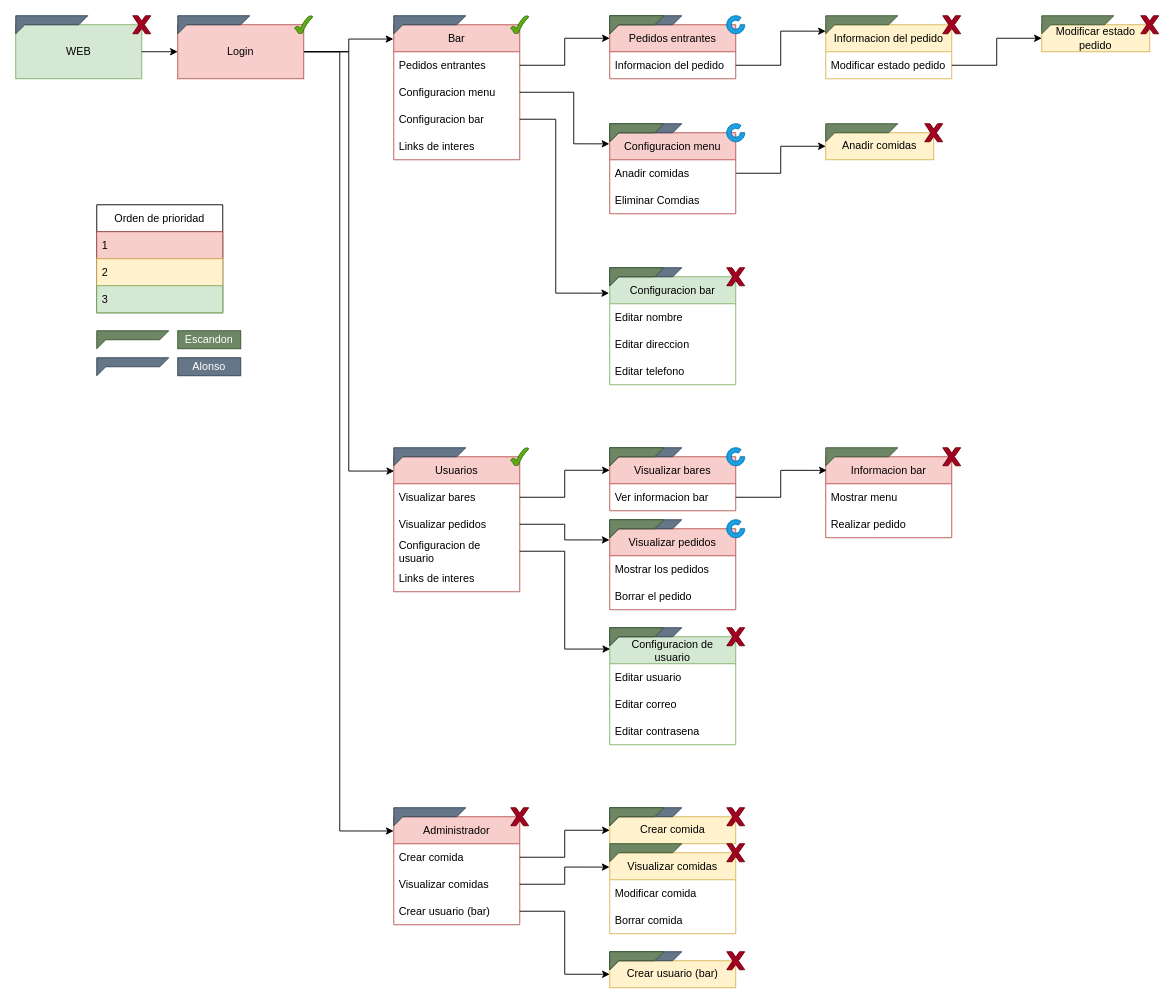
Earlier version of the draw.io diagram page "WEB - Distribucion.V2" (7 of 7) of documentacion/Diagrama/Estructura del TFG.drawio (AlexBlu22/trabajo-tfg). Source tidied: cells renumbered, new cells numbered last; positions are measured from the earlier drawing's top-left corner, leaving out a move shared by most shapes. Both pictures are drawn from the tidied source at 90%, with x=0, y=0 at pixel (15, 15).
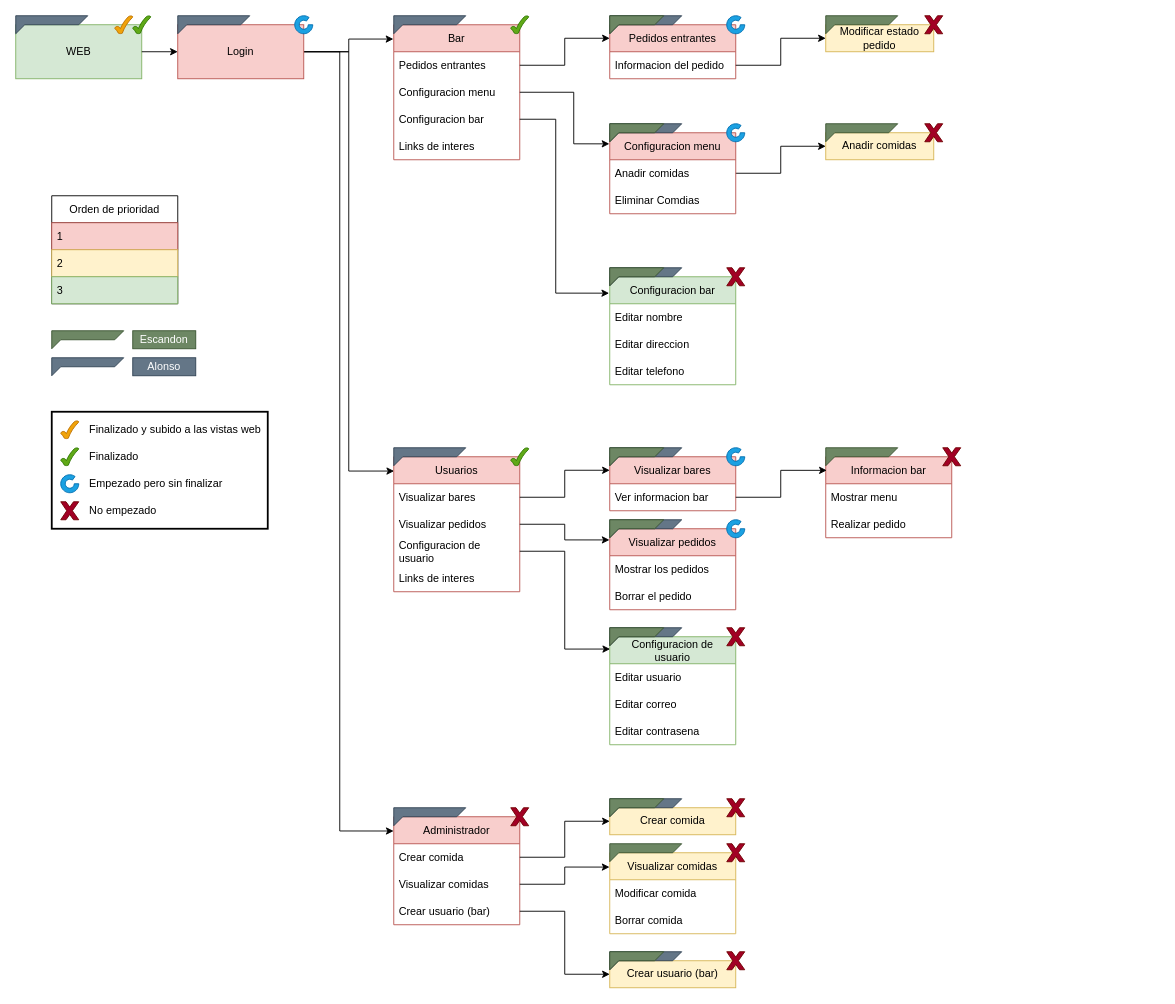
The same diagram, later.

Unchanged cells that the change refers to:
```xml
<mxCell id="25" value="Informacion del pedido" style="text;strokeColor=none;fillColor=none;align=left;verticalAlign=middle;spacingLeft=4;spacingRight=4;overflow=hidden;points=[[0,0.5],[1,0.5]];portConstraint=eastwest;" parent="24" vertex="1">
  <mxGeometry y="30" width="140" height="30" as="geometry" />
</mxCell>
```

The edit, as a diff of the source:
```diff
@@
-    <mxCell id="26" value="Informacion del pedido" style="swimlane;fontStyle=0;horizontal=1;startSize=30;fillColor=#fff2cc;strokeColor=#d6b656;" parent="1" vertex="1">
-      <mxGeometry x="900" y="10" width="140" height="60" as="geometry" />
-    </mxCell>
-    <mxCell id="27" value="Modificar estado pedido" style="text;strokeColor=none;fillColor=none;align=left;verticalAlign=middle;spacingLeft=4;spacingRight=4;overflow=hidden;points=[[0,0.5],[1,0.5]];portConstraint=eastwest;" parent="26" vertex="1">
-      <mxGeometry y="30" width="140" height="30" as="geometry" />
-    </mxCell>
@@
-    <mxCell id="29" style="edgeStyle=orthogonalEdgeStyle;rounded=0;jettySize=auto;html=1;exitX=1;exitY=0.5;exitDx=0;exitDy=0;entryX=0;entryY=0.119;entryDx=0;entryDy=0;entryPerimeter=0;" parent="1" edge="1" source="25" target="26">
+    <mxCell id="29" style="edgeStyle=orthogonalEdgeStyle;rounded=0;jettySize=auto;html=1;exitX=1;exitY=0.5;exitDx=0;exitDy=0;entryX=0;entryY=0.5;entryDx=0;entryDy=0;" parent="1" edge="1" source="25" target="65">
       <mxGeometry relative="1" as="geometry" />
     </mxCell>
@@
     <mxCell id="56" value="Orden de prioridad" style="swimlane;fontStyle=0;horizontal=1;startSize=30;" parent="1" vertex="1">
-      <mxGeometry x="90" y="210" width="140" height="120" as="geometry" />
+      <mxGeometry x="40" y="200" width="140" height="120" as="geometry" />
     </mxCell>
@@
-    <mxCell id="62" style="verticalLabelPosition=bottom;verticalAlign=top;html=1;shape=mxgraph.basic.tick;fillColor=#60a917;strokeColor=#2D7600;fontColor=#ffffff;" parent="1" vertex="1">
-      <mxGeometry x="310" width="20" height="20" as="geometry" />
-    </mxCell>
@@
     <mxCell id="65" value="&lt;span style=&quot;text-align: left&quot;&gt;Modificar estado pedido&lt;/span&gt;" style="rounded=0;whiteSpace=wrap;html=1;fillColor=#fff2cc;strokeColor=#d6b656;" parent="1" vertex="1">
-      <mxGeometry x="1140" y="10" width="120" height="30" as="geometry" />
+      <mxGeometry x="900" y="10" width="120" height="30" as="geometry" />
     </mxCell>
-    <mxCell id="66" style="edgeStyle=orthogonalEdgeStyle;rounded=0;jettySize=auto;html=1;exitX=1;exitY=0.5;exitDx=0;exitDy=0;entryX=0;entryY=0.5;entryDx=0;entryDy=0;" parent="1" edge="1" source="27" target="65">
-      <mxGeometry relative="1" as="geometry" />
-    </mxCell>
@@
     <mxCell id="68" value="&lt;span style=&quot;text-align: left&quot;&gt;Crear comida&lt;/span&gt;" style="rounded=0;whiteSpace=wrap;html=1;fillColor=#fff2cc;strokeColor=#d6b656;" parent="1" vertex="1">
-      <mxGeometry x="660" y="890" width="140" height="30" as="geometry" />
+      <mxGeometry x="660" y="880" width="140" height="30" as="geometry" />
     </mxCell>
@@
-    <mxCell id="76" style="verticalLabelPosition=bottom;verticalAlign=top;html=1;shape=mxgraph.basic.x;fillColor=#a20025;strokeColor=#6F0000;fontColor=#ffffff;" parent="1" vertex="1">
-      <mxGeometry x="1030" width="20" height="20" as="geometry" />
-    </mxCell>
     <mxCell id="77" style="verticalLabelPosition=bottom;verticalAlign=top;html=1;shape=mxgraph.basic.x;fillColor=#a20025;strokeColor=#6F0000;fontColor=#ffffff;" parent="1" vertex="1">
-      <mxGeometry x="1250" width="20" height="20" as="geometry" />
+      <mxGeometry x="1010" width="20" height="20" as="geometry" />
     </mxCell>
-    <mxCell id="78" style="verticalLabelPosition=bottom;verticalAlign=top;html=1;shape=mxgraph.basic.x;fillColor=#a20025;strokeColor=#6F0000;fontColor=#ffffff;" parent="1" vertex="1">
-      <mxGeometry x="130" width="20" height="20" as="geometry" />
-    </mxCell>
@@
     <mxCell id="84" style="verticalLabelPosition=bottom;verticalAlign=top;html=1;shape=mxgraph.basic.x;fillColor=#a20025;strokeColor=#6F0000;fontColor=#ffffff;" parent="1" vertex="1">
-      <mxGeometry x="790" y="880" width="20" height="20" as="geometry" />
+      <mxGeometry x="790" y="870" width="20" height="20" as="geometry" />
     </mxCell>
@@
     <mxCell id="99" style="verticalLabelPosition=bottom;verticalAlign=top;html=1;shape=mxgraph.basic.frame_corner;dx=10;fillColor=#647687;fontColor=#ffffff;strokeColor=#314354;" parent="1" vertex="1">
-      <mxGeometry x="660" y="880" width="80" height="20" as="geometry" />
+      <mxGeometry x="660" y="870" width="80" height="20" as="geometry" />
     </mxCell>
     <mxCell id="100" style="verticalLabelPosition=bottom;verticalAlign=top;html=1;shape=mxgraph.basic.frame_corner;dx=10;fillColor=#647687;fontColor=#ffffff;strokeColor=#314354;" parent="1" vertex="1">
-      <mxGeometry x="90" y="380" width="80" height="20" as="geometry" />
+      <mxGeometry x="40" y="380" width="80" height="20" as="geometry" />
     </mxCell>
     <mxCell id="101" style="verticalLabelPosition=bottom;verticalAlign=top;html=1;shape=mxgraph.basic.frame_corner;dx=10;fillColor=#6d8764;fontColor=#ffffff;strokeColor=#3A5431;" parent="1" vertex="1">
-      <mxGeometry x="90" y="350" width="80" height="20" as="geometry" />
+      <mxGeometry x="40" y="350" width="80" height="20" as="geometry" />
     </mxCell>
     <mxCell id="102" value="Escandon" style="text;html=1;strokeColor=#3A5431;fillColor=#6d8764;align=center;verticalAlign=middle;whiteSpace=wrap;rounded=0;fontColor=#ffffff;" parent="1" vertex="1">
-      <mxGeometry x="180" y="350" width="70" height="20" as="geometry" />
+      <mxGeometry x="130" y="350" width="70" height="20" as="geometry" />
     </mxCell>
     <mxCell id="103" value="Alonso" style="text;html=1;strokeColor=#314354;fillColor=#647687;align=center;verticalAlign=middle;whiteSpace=wrap;rounded=0;fontColor=#ffffff;" parent="1" vertex="1">
-      <mxGeometry x="180" y="380" width="70" height="20" as="geometry" />
+      <mxGeometry x="130" y="380" width="70" height="20" as="geometry" />
     </mxCell>
-    <mxCell id="104" style="verticalLabelPosition=bottom;verticalAlign=top;html=1;shape=mxgraph.basic.frame_corner;dx=10;fillColor=#6d8764;fontColor=#ffffff;strokeColor=#3A5431;" parent="1" vertex="1">
-      <mxGeometry x="900" width="80" height="20" as="geometry" />
-    </mxCell>
     <mxCell id="105" style="verticalLabelPosition=bottom;verticalAlign=top;html=1;shape=mxgraph.basic.frame_corner;dx=10;fillColor=#6d8764;fontColor=#ffffff;strokeColor=#3A5431;" parent="1" vertex="1">
-      <mxGeometry x="1140" width="80" height="20" as="geometry" />
+      <mxGeometry x="900" width="80" height="20" as="geometry" />
     </mxCell>
@@
     <mxCell id="115" style="verticalLabelPosition=bottom;verticalAlign=top;html=1;shape=mxgraph.basic.frame_corner;dx=10;fillColor=#6d8764;fontColor=#ffffff;strokeColor=#3A5431;" parent="1" vertex="1">
-      <mxGeometry x="660" y="880" width="60" height="20" as="geometry" />
+      <mxGeometry x="660" y="870" width="60" height="20" as="geometry" />
     </mxCell>
@@
+    <mxCell id="117" style="verticalLabelPosition=bottom;verticalAlign=top;html=1;shape=mxgraph.basic.tick;fillColor=#60a917;strokeColor=#2D7600;fontColor=#ffffff;" parent="1" vertex="1">
+      <mxGeometry x="130" width="20" height="20" as="geometry" />
+    </mxCell>
+    <mxCell id="118" style="verticalLabelPosition=bottom;verticalAlign=top;html=1;shape=mxgraph.basic.partConcEllipse;startAngle=0.25;endAngle=0.1;arcWidth=0.5;fillColor=#1ba1e2;strokeColor=#006EAF;fontColor=#ffffff;" parent="1" vertex="1">
+      <mxGeometry x="310" width="20" height="20" as="geometry" />
+    </mxCell>
+    <mxCell id="119" style="verticalLabelPosition=bottom;verticalAlign=top;html=1;shape=mxgraph.basic.tick;fillColor=#f0a30a;strokeColor=#BD7000;fontColor=#000000;" parent="1" vertex="1">
+      <mxGeometry x="110" width="20" height="20" as="geometry" />
+    </mxCell>
+    <mxCell id="120" style="verticalLabelPosition=bottom;verticalAlign=top;html=1;shape=mxgraph.basic.x;fillColor=#a20025;strokeColor=#6F0000;fontColor=#ffffff;" parent="1" vertex="1">
+      <mxGeometry x="50" y="540" width="20" height="20" as="geometry" />
+    </mxCell>
+    <mxCell id="121" style="verticalLabelPosition=bottom;verticalAlign=top;html=1;shape=mxgraph.basic.partConcEllipse;startAngle=0.25;endAngle=0.1;arcWidth=0.5;fillColor=#1ba1e2;strokeColor=#006EAF;fontColor=#ffffff;" parent="1" vertex="1">
+      <mxGeometry x="50" y="510" width="20" height="20" as="geometry" />
+    </mxCell>
+    <mxCell id="122" style="verticalLabelPosition=bottom;verticalAlign=top;html=1;shape=mxgraph.basic.tick;fillColor=#60a917;strokeColor=#2D7600;fontColor=#ffffff;" parent="1" vertex="1">
+      <mxGeometry x="50" y="480" width="20" height="20" as="geometry" />
+    </mxCell>
+    <mxCell id="123" style="verticalLabelPosition=bottom;verticalAlign=top;html=1;shape=mxgraph.basic.tick;fillColor=#f0a30a;strokeColor=#BD7000;fontColor=#000000;" parent="1" vertex="1">
+      <mxGeometry x="50" y="450" width="20" height="20" as="geometry" />
+    </mxCell>
+    <mxCell id="124" value="Finalizado y subido a las vistas web" style="text;html=1;strokeColor=none;fillColor=none;align=left;verticalAlign=middle;whiteSpace=wrap;rounded=0;" parent="1" vertex="1">
+      <mxGeometry x="80" y="450" width="200" height="20" as="geometry" />
+    </mxCell>
+    <mxCell id="125" value="Finalizado" style="text;html=1;strokeColor=none;fillColor=none;align=left;verticalAlign=middle;whiteSpace=wrap;rounded=0;" parent="1" vertex="1">
+      <mxGeometry x="80" y="480" width="200" height="20" as="geometry" />
+    </mxCell>
+    <mxCell id="126" value="Empezado pero sin finalizar" style="text;html=1;strokeColor=none;fillColor=none;align=left;verticalAlign=middle;whiteSpace=wrap;rounded=0;" parent="1" vertex="1">
+      <mxGeometry x="80" y="510" width="200" height="20" as="geometry" />
+    </mxCell>
+    <mxCell id="127" value="No empezado" style="text;html=1;strokeColor=none;fillColor=none;align=left;verticalAlign=middle;whiteSpace=wrap;rounded=0;" parent="1" vertex="1">
+      <mxGeometry x="80" y="540" width="200" height="20" as="geometry" />
+    </mxCell>
+    <mxCell id="128" style="rounded=0;whiteSpace=wrap;html=1;fillColor=none;strokeWidth=2;" parent="1" vertex="1">
+      <mxGeometry x="40" y="440" width="240" height="130" as="geometry" />
+    </mxCell>
```
